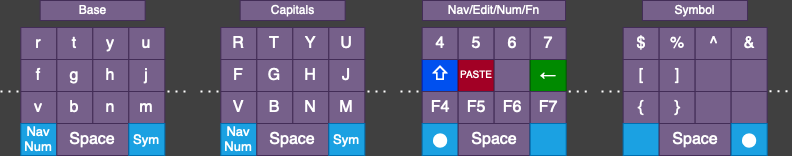
Before: image/layers_snip.drawio.png, a diagram exported from draw.io (40-percent/40percent-wiki). Source tidied: cells renumbered, new cells last; positions are measured from the earlier drawing's top-left corner, leaving out a move shared by most shapes. Source of this version:
```xml
<mxGraphModel background="#404040">
  <root>
    <mxCell id="0" />
    <mxCell id="1" parent="0" />
    <mxCell id="2" style="group;" parent="1" vertex="1">
      <mxGeometry width="187.3" height="155" as="geometry" />
    </mxCell>
    <mxCell id="3" value="f" style="rounded=0;whiteSpace=wrap;html=1;fontSize=16;labelBackgroundColor=none;fillColor=#76608a;fontColor=#ffffff;strokeColor=#432D57;" parent="2" vertex="1">
      <mxGeometry x="20.3" y="59" width="36" height="32" as="geometry" />
    </mxCell>
    <mxCell id="4" value="g" style="rounded=0;whiteSpace=wrap;html=1;fontSize=16;labelBackgroundColor=none;fillColor=#76608a;fontColor=#ffffff;strokeColor=#432D57;" parent="2" vertex="1">
      <mxGeometry x="56.3" y="59" width="36" height="32" as="geometry" />
    </mxCell>
    <mxCell id="5" value="h" style="rounded=0;whiteSpace=wrap;html=1;fontSize=16;labelBackgroundColor=none;fillColor=#76608a;fontColor=#ffffff;strokeColor=#432D57;" parent="2" vertex="1">
      <mxGeometry x="92.3" y="59" width="36" height="32" as="geometry" />
    </mxCell>
    <mxCell id="6" value="j" style="rounded=0;whiteSpace=wrap;html=1;fontSize=16;labelBackgroundColor=none;fillColor=#76608a;fontColor=#ffffff;strokeColor=#432D57;" parent="2" vertex="1">
      <mxGeometry x="128.3" y="59" width="36" height="32" as="geometry" />
    </mxCell>
    <mxCell id="7" value="v" style="rounded=0;whiteSpace=wrap;html=1;fontSize=16;labelBackgroundColor=none;fillColor=#76608a;fontColor=#ffffff;strokeColor=#432D57;" parent="2" vertex="1">
      <mxGeometry x="20.3" y="91" width="36" height="32" as="geometry" />
    </mxCell>
    <mxCell id="8" value="b" style="rounded=0;whiteSpace=wrap;html=1;fontSize=16;labelBackgroundColor=none;fillColor=#76608a;fontColor=#ffffff;strokeColor=#432D57;" parent="2" vertex="1">
      <mxGeometry x="56.3" y="91" width="36" height="32" as="geometry" />
    </mxCell>
    <mxCell id="9" value="n" style="rounded=0;whiteSpace=wrap;html=1;fontSize=16;labelBackgroundColor=none;fillColor=#76608a;fontColor=#ffffff;strokeColor=#432D57;" parent="2" vertex="1">
      <mxGeometry x="92.3" y="91" width="36" height="32" as="geometry" />
    </mxCell>
    <mxCell id="10" value="m" style="rounded=0;whiteSpace=wrap;html=1;fontSize=16;labelBackgroundColor=none;fillColor=#76608a;fontColor=#ffffff;strokeColor=#432D57;" parent="2" vertex="1">
      <mxGeometry x="128.3" y="91" width="36" height="32" as="geometry" />
    </mxCell>
    <mxCell id="11" value="&lt;div&gt;Nav&lt;/div&gt;&lt;div&gt;Num&lt;br&gt;&lt;/div&gt;" style="rounded=0;whiteSpace=wrap;html=1;fontSize=13;labelBackgroundColor=none;fillColor=#1ba1e2;fontColor=#ffffff;strokeColor=#006EAF;" parent="2" vertex="1">
      <mxGeometry x="20.3" y="123" width="36" height="32" as="geometry" />
    </mxCell>
    <mxCell id="12" value="Space" style="rounded=0;whiteSpace=wrap;html=1;fontSize=16;labelBackgroundColor=none;fillColor=#76608a;fontColor=#ffffff;strokeColor=#432D57;" parent="2" vertex="1">
      <mxGeometry x="56.3" y="123" width="71.7" height="32" as="geometry" />
    </mxCell>
    <mxCell id="13" value="Sym" style="rounded=0;whiteSpace=wrap;html=1;fontSize=13;labelBackgroundColor=none;fillColor=#1ba1e2;fontColor=#ffffff;strokeColor=#006EAF;" parent="2" vertex="1">
      <mxGeometry x="128.3" y="123" width="36" height="32" as="geometry" />
    </mxCell>
    <mxCell id="14" value="r" style="rounded=0;whiteSpace=wrap;html=1;fontSize=16;labelBackgroundColor=none;fillColor=#76608a;fontColor=#ffffff;strokeColor=#432D57;" parent="2" vertex="1">
      <mxGeometry x="20.3" y="27" width="36" height="32" as="geometry" />
    </mxCell>
    <mxCell id="15" value="t" style="rounded=0;whiteSpace=wrap;html=1;fontSize=16;labelBackgroundColor=none;fillColor=#76608a;fontColor=#ffffff;strokeColor=#432D57;" parent="2" vertex="1">
      <mxGeometry x="56.3" y="27" width="36" height="32" as="geometry" />
    </mxCell>
    <mxCell id="16" value="y" style="rounded=0;whiteSpace=wrap;html=1;fontSize=16;labelBackgroundColor=none;fillColor=#76608a;fontColor=#ffffff;strokeColor=#432D57;" parent="2" vertex="1">
      <mxGeometry x="92.3" y="27" width="36" height="32" as="geometry" />
    </mxCell>
    <mxCell id="17" value="u" style="rounded=0;whiteSpace=wrap;html=1;fontSize=16;labelBackgroundColor=none;fillColor=#76608a;fontColor=#ffffff;strokeColor=#432D57;" parent="2" vertex="1">
      <mxGeometry x="128.3" y="27" width="36" height="32" as="geometry" />
    </mxCell>
    <mxCell id="18" style="endArrow=none;dashed=1;html=1;dashPattern=1 3;strokeWidth=2;rounded=0;labelBackgroundColor=none;fontColor=default;strokeColor=#FFFFFF;" parent="2" edge="1">
      <mxGeometry relative="1" as="geometry">
        <mxPoint y="91" as="sourcePoint" />
        <mxPoint x="20.3" y="91" as="targetPoint" />
      </mxGeometry>
    </mxCell>
    <mxCell id="19" style="endArrow=none;dashed=1;html=1;dashPattern=1 3;strokeWidth=2;rounded=0;labelBackgroundColor=none;fontColor=default;strokeColor=#FFFFFF;" parent="2" edge="1">
      <mxGeometry relative="1" as="geometry">
        <mxPoint x="167" y="91" as="sourcePoint" />
        <mxPoint x="187.3" y="91" as="targetPoint" />
      </mxGeometry>
    </mxCell>
    <mxCell id="20" value="Base" style="rounded=0;whiteSpace=wrap;html=1;fontSize=12;labelBackgroundColor=none;fillColor=#76608a;fontColor=#ffffff;strokeColor=#432D57;" parent="2" vertex="1">
      <mxGeometry x="39.7" width="105" height="20" as="geometry" />
    </mxCell>
    <mxCell id="21" style="group;" parent="1" vertex="1">
      <mxGeometry x="200" width="187.3" height="155" as="geometry" />
    </mxCell>
    <mxCell id="22" value="F" style="rounded=0;whiteSpace=wrap;html=1;fontSize=16;labelBackgroundColor=none;fillColor=#76608a;fontColor=#ffffff;strokeColor=#432D57;" parent="21" vertex="1">
      <mxGeometry x="20.3" y="59" width="36" height="32" as="geometry" />
    </mxCell>
    <mxCell id="23" value="G" style="rounded=0;whiteSpace=wrap;html=1;fontSize=16;labelBackgroundColor=none;fillColor=#76608a;fontColor=#ffffff;strokeColor=#432D57;" parent="21" vertex="1">
      <mxGeometry x="56.3" y="59" width="36" height="32" as="geometry" />
    </mxCell>
    <mxCell id="24" value="H" style="rounded=0;whiteSpace=wrap;html=1;fontSize=16;labelBackgroundColor=none;fillColor=#76608a;fontColor=#ffffff;strokeColor=#432D57;" parent="21" vertex="1">
      <mxGeometry x="92.3" y="59" width="36" height="32" as="geometry" />
    </mxCell>
    <mxCell id="25" value="J" style="rounded=0;whiteSpace=wrap;html=1;fontSize=16;labelBackgroundColor=none;fillColor=#76608a;fontColor=#ffffff;strokeColor=#432D57;" parent="21" vertex="1">
      <mxGeometry x="128.3" y="59" width="36" height="32" as="geometry" />
    </mxCell>
    <mxCell id="26" value="V" style="rounded=0;whiteSpace=wrap;html=1;fontSize=16;labelBackgroundColor=none;fillColor=#76608a;fontColor=#ffffff;strokeColor=#432D57;" parent="21" vertex="1">
      <mxGeometry x="20.3" y="91" width="36" height="32" as="geometry" />
    </mxCell>
    <mxCell id="27" value="B" style="rounded=0;whiteSpace=wrap;html=1;fontSize=16;labelBackgroundColor=none;fillColor=#76608a;fontColor=#ffffff;strokeColor=#432D57;" parent="21" vertex="1">
      <mxGeometry x="56.3" y="91" width="36" height="32" as="geometry" />
    </mxCell>
    <mxCell id="28" value="N" style="rounded=0;whiteSpace=wrap;html=1;fontSize=16;labelBackgroundColor=none;fillColor=#76608a;fontColor=#ffffff;strokeColor=#432D57;" parent="21" vertex="1">
      <mxGeometry x="92.3" y="91" width="36" height="32" as="geometry" />
    </mxCell>
    <mxCell id="29" value="M" style="rounded=0;whiteSpace=wrap;html=1;fontSize=16;labelBackgroundColor=none;fillColor=#76608a;fontColor=#ffffff;strokeColor=#432D57;" parent="21" vertex="1">
      <mxGeometry x="128.3" y="91" width="36" height="32" as="geometry" />
    </mxCell>
    <mxCell id="30" value="&lt;div&gt;Nav&lt;/div&gt;&lt;div&gt;Num&lt;br&gt;&lt;/div&gt;" style="rounded=0;whiteSpace=wrap;html=1;fontSize=13;labelBackgroundColor=none;fillColor=#1ba1e2;fontColor=#ffffff;strokeColor=#006EAF;" parent="21" vertex="1">
      <mxGeometry x="20.3" y="123" width="36" height="32" as="geometry" />
    </mxCell>
    <mxCell id="31" value="Space" style="rounded=0;whiteSpace=wrap;html=1;fontSize=16;labelBackgroundColor=none;fillColor=#76608a;fontColor=#ffffff;strokeColor=#432D57;" parent="21" vertex="1">
      <mxGeometry x="56.3" y="123" width="71.7" height="32" as="geometry" />
    </mxCell>
    <mxCell id="32" value="Sym" style="rounded=0;whiteSpace=wrap;html=1;fontSize=13;labelBackgroundColor=none;fillColor=#1ba1e2;strokeColor=#006EAF;fontColor=#ffffff;" parent="21" vertex="1">
      <mxGeometry x="128.3" y="123" width="36" height="32" as="geometry" />
    </mxCell>
    <mxCell id="33" value="R" style="rounded=0;whiteSpace=wrap;html=1;fontSize=16;labelBackgroundColor=none;fillColor=#76608a;fontColor=#ffffff;strokeColor=#432D57;" parent="21" vertex="1">
      <mxGeometry x="20.3" y="27" width="36" height="32" as="geometry" />
    </mxCell>
    <mxCell id="34" value="T" style="rounded=0;whiteSpace=wrap;html=1;fontSize=16;labelBackgroundColor=none;fillColor=#76608a;fontColor=#ffffff;strokeColor=#432D57;" parent="21" vertex="1">
      <mxGeometry x="56.3" y="27" width="36" height="32" as="geometry" />
    </mxCell>
    <mxCell id="35" value="Y" style="rounded=0;whiteSpace=wrap;html=1;fontSize=16;labelBackgroundColor=none;fillColor=#76608a;fontColor=#ffffff;strokeColor=#432D57;" parent="21" vertex="1">
      <mxGeometry x="92.3" y="27" width="36" height="32" as="geometry" />
    </mxCell>
    <mxCell id="36" value="U" style="rounded=0;whiteSpace=wrap;html=1;fontSize=16;labelBackgroundColor=none;fillColor=#76608a;fontColor=#ffffff;strokeColor=#432D57;" parent="21" vertex="1">
      <mxGeometry x="128.3" y="27" width="36" height="32" as="geometry" />
    </mxCell>
    <mxCell id="37" style="endArrow=none;dashed=1;html=1;dashPattern=1 3;strokeWidth=2;rounded=0;labelBackgroundColor=none;fontColor=default;fillColor=#76608a;strokeColor=#FFFFFF;" parent="21" edge="1">
      <mxGeometry relative="1" as="geometry">
        <mxPoint y="91" as="sourcePoint" />
        <mxPoint x="20.3" y="91" as="targetPoint" />
      </mxGeometry>
    </mxCell>
    <mxCell id="38" style="endArrow=none;dashed=1;html=1;dashPattern=1 3;strokeWidth=2;rounded=0;labelBackgroundColor=none;fontColor=default;fillColor=#76608a;strokeColor=#FFFFFF;" parent="21" edge="1">
      <mxGeometry relative="1" as="geometry">
        <mxPoint x="167" y="91" as="sourcePoint" />
        <mxPoint x="187.3" y="91" as="targetPoint" />
      </mxGeometry>
    </mxCell>
    <mxCell id="39" value="Capitals" style="rounded=0;whiteSpace=wrap;html=1;fontSize=12;labelBackgroundColor=none;fillColor=#76608a;fontColor=#ffffff;strokeColor=#432D57;" parent="21" vertex="1">
      <mxGeometry x="39.7" width="105" height="20" as="geometry" />
    </mxCell>
    <mxCell id="40" style="group;" parent="1" vertex="1">
      <mxGeometry x="400" width="188.7" height="155" as="geometry" />
    </mxCell>
    <mxCell id="41" value="&lt;font style=&quot;font-size: 18px;&quot;&gt;⇧&lt;/font&gt;" style="rounded=0;whiteSpace=wrap;html=1;fontSize=16;labelBackgroundColor=none;fillColor=#0050ef;strokeColor=#001DBC;fontColor=#ffffff;" parent="40" vertex="1">
      <mxGeometry x="21.7" y="59" width="36" height="32" as="geometry" />
    </mxCell>
    <mxCell id="42" value="PASTE" style="rounded=0;whiteSpace=wrap;html=1;fontSize=10;labelBackgroundColor=none;fillColor=#a20025;strokeColor=#6F0000;gradientDirection=south;glass=0;shadow=0;fontColor=#ffffff;" parent="40" vertex="1">
      <mxGeometry x="57.7" y="59" width="36" height="32" as="geometry" />
    </mxCell>
    <mxCell id="43" style="rounded=0;whiteSpace=wrap;html=1;fontSize=16;labelBackgroundColor=none;fillColor=#76608a;fontColor=#ffffff;strokeColor=#432D57;" parent="40" vertex="1">
      <mxGeometry x="93.7" y="59" width="36" height="32" as="geometry" />
    </mxCell>
    <mxCell id="44" value="←" style="rounded=0;whiteSpace=wrap;html=1;fontSize=16;labelBackgroundColor=none;fillColor=#008a00;strokeColor=#005700;fontColor=#ffffff;" parent="40" vertex="1">
      <mxGeometry x="129.7" y="59" width="36" height="32" as="geometry" />
    </mxCell>
    <mxCell id="45" value="F4" style="rounded=0;whiteSpace=wrap;html=1;fontSize=16;labelBackgroundColor=none;fillColor=#76608a;fontColor=#ffffff;strokeColor=#432D57;" parent="40" vertex="1">
      <mxGeometry x="21.7" y="91" width="36" height="32" as="geometry" />
    </mxCell>
    <mxCell id="46" value="F5" style="rounded=0;whiteSpace=wrap;html=1;fontSize=16;labelBackgroundColor=none;fillColor=#76608a;fontColor=#ffffff;strokeColor=#432D57;" parent="40" vertex="1">
      <mxGeometry x="57.7" y="91" width="36" height="32" as="geometry" />
    </mxCell>
    <mxCell id="47" value="F6" style="rounded=0;whiteSpace=wrap;html=1;fontSize=16;labelBackgroundColor=none;fillColor=#76608a;fontColor=#ffffff;strokeColor=#432D57;" parent="40" vertex="1">
      <mxGeometry x="93.7" y="91" width="36" height="32" as="geometry" />
    </mxCell>
    <mxCell id="48" value="F7" style="rounded=0;whiteSpace=wrap;html=1;fontSize=16;labelBackgroundColor=none;fillColor=#76608a;strokeColor=#432D57;fontColor=#ffffff;" parent="40" vertex="1">
      <mxGeometry x="129.7" y="91" width="36" height="32" as="geometry" />
    </mxCell>
    <mxCell id="49" value="⬤" style="rounded=0;whiteSpace=wrap;html=1;fontSize=13;labelBackgroundColor=none;fillColor=#1ba1e2;strokeColor=#006EAF;fontColor=#ffffff;" parent="40" vertex="1">
      <mxGeometry x="21.7" y="123" width="36" height="32" as="geometry" />
    </mxCell>
    <mxCell id="50" value="Space" style="rounded=0;whiteSpace=wrap;html=1;fontSize=16;labelBackgroundColor=none;fillColor=#76608a;fontColor=#ffffff;strokeColor=#432D57;" parent="40" vertex="1">
      <mxGeometry x="57.6" y="123" width="71.7" height="32" as="geometry" />
    </mxCell>
    <mxCell id="51" style="rounded=0;whiteSpace=wrap;html=1;fontSize=13;labelBackgroundColor=none;fillColor=#1ba1e2;strokeColor=#006EAF;fontColor=#ffffff;" parent="40" vertex="1">
      <mxGeometry x="129.7" y="123" width="36" height="32" as="geometry" />
    </mxCell>
    <mxCell id="52" value="4" style="rounded=0;whiteSpace=wrap;html=1;fontSize=16;labelBackgroundColor=none;fillColor=#76608a;fontColor=#ffffff;strokeColor=#432D57;" parent="40" vertex="1">
      <mxGeometry x="21.7" y="27" width="36" height="32" as="geometry" />
    </mxCell>
    <mxCell id="53" value="5" style="rounded=0;whiteSpace=wrap;html=1;fontSize=16;labelBackgroundColor=none;fillColor=#76608a;fontColor=#ffffff;strokeColor=#432D57;" parent="40" vertex="1">
      <mxGeometry x="57.7" y="27" width="36" height="32" as="geometry" />
    </mxCell>
    <mxCell id="54" value="6" style="rounded=0;whiteSpace=wrap;html=1;fontSize=16;labelBackgroundColor=none;fillColor=#76608a;strokeColor=#432D57;fontColor=#ffffff;" parent="40" vertex="1">
      <mxGeometry x="93.7" y="27" width="36.4" height="32" as="geometry" />
    </mxCell>
    <mxCell id="55" value="7" style="rounded=0;whiteSpace=wrap;html=1;fontSize=16;labelBackgroundColor=none;fillColor=#76608a;strokeColor=#432D57;fontColor=#ffffff;" parent="40" vertex="1">
      <mxGeometry x="129.7" y="27" width="36" height="32" as="geometry" />
    </mxCell>
    <mxCell id="56" style="endArrow=none;dashed=1;html=1;dashPattern=1 3;strokeWidth=2;rounded=0;labelBackgroundColor=none;fontColor=default;fillColor=#76608a;strokeColor=#FFFFFF;" parent="40" edge="1">
      <mxGeometry relative="1" as="geometry">
        <mxPoint y="91" as="sourcePoint" />
        <mxPoint x="20.3" y="91" as="targetPoint" />
      </mxGeometry>
    </mxCell>
    <mxCell id="57" style="endArrow=none;dashed=1;html=1;dashPattern=1 3;strokeWidth=2;rounded=0;labelBackgroundColor=none;fontColor=default;fillColor=#76608a;strokeColor=#FFFFFF;" parent="40" edge="1">
      <mxGeometry relative="1" as="geometry">
        <mxPoint x="168.3" y="91" as="sourcePoint" />
        <mxPoint x="188.7" y="91" as="targetPoint" />
      </mxGeometry>
    </mxCell>
    <mxCell id="58" value="&lt;div&gt;Nav/Edit/Num/Fn&lt;/div&gt;" style="rounded=0;whiteSpace=wrap;html=1;fontSize=12;labelBackgroundColor=none;fillColor=#76608a;fontColor=#ffffff;strokeColor=#432D57;" parent="40" vertex="1">
      <mxGeometry x="22" width="143" height="20" as="geometry" />
    </mxCell>
    <mxCell id="59" style="group;" parent="1" vertex="1">
      <mxGeometry x="601" width="188.3" height="155" as="geometry" />
    </mxCell>
    <mxCell id="60" style="endArrow=none;dashed=1;html=1;dashPattern=1 3;strokeWidth=2;rounded=0;labelBackgroundColor=none;fontColor=default;strokeColor=#FFFFFF;" parent="59" edge="1">
      <mxGeometry relative="1" as="geometry">
        <mxPoint x="168" y="90.7" as="sourcePoint" />
        <mxPoint x="188.3" y="90.7" as="targetPoint" />
      </mxGeometry>
    </mxCell>
    <mxCell id="61" value="[" style="rounded=0;whiteSpace=wrap;html=1;fontSize=16;labelBackgroundColor=none;fillColor=#76608a;fontColor=#ffffff;strokeColor=#432D57;" parent="59" vertex="1">
      <mxGeometry x="21.7" y="59" width="36" height="32" as="geometry" />
    </mxCell>
    <mxCell id="62" value="]" style="rounded=0;whiteSpace=wrap;html=1;fontSize=16;labelBackgroundColor=none;fillColor=#76608a;fontColor=#ffffff;strokeColor=#432D57;" parent="59" vertex="1">
      <mxGeometry x="57.7" y="59" width="36" height="32" as="geometry" />
    </mxCell>
    <mxCell id="63" style="rounded=0;whiteSpace=wrap;html=1;fontSize=16;labelBackgroundColor=none;fillColor=#76608a;fontColor=#ffffff;strokeColor=#432D57;" parent="59" vertex="1">
      <mxGeometry x="93.7" y="59" width="36" height="32" as="geometry" />
    </mxCell>
    <mxCell id="64" style="rounded=0;whiteSpace=wrap;html=1;fontSize=16;labelBackgroundColor=none;fillColor=#76608a;fontColor=#ffffff;strokeColor=#432D57;" parent="59" vertex="1">
      <mxGeometry x="129.7" y="59" width="36" height="32" as="geometry" />
    </mxCell>
    <mxCell id="65" value="{" style="rounded=0;whiteSpace=wrap;html=1;fontSize=16;labelBackgroundColor=none;fillColor=#76608a;fontColor=#ffffff;strokeColor=#432D57;" parent="59" vertex="1">
      <mxGeometry x="21.7" y="91" width="36" height="32" as="geometry" />
    </mxCell>
    <mxCell id="66" value="}" style="rounded=0;whiteSpace=wrap;html=1;fontSize=16;labelBackgroundColor=none;fillColor=#76608a;fontColor=#ffffff;strokeColor=#432D57;" parent="59" vertex="1">
      <mxGeometry x="57.7" y="91" width="36" height="32" as="geometry" />
    </mxCell>
    <mxCell id="67" style="rounded=0;whiteSpace=wrap;html=1;fontSize=16;labelBackgroundColor=none;fillColor=#76608a;fontColor=#ffffff;strokeColor=#432D57;" parent="59" vertex="1">
      <mxGeometry x="93.7" y="91" width="36" height="32" as="geometry" />
    </mxCell>
    <mxCell id="68" style="rounded=0;whiteSpace=wrap;html=1;fontSize=16;labelBackgroundColor=none;fillColor=#76608a;fontColor=#ffffff;strokeColor=#432D57;" parent="59" vertex="1">
      <mxGeometry x="129.7" y="91" width="36" height="32" as="geometry" />
    </mxCell>
    <mxCell id="69" style="rounded=0;whiteSpace=wrap;html=1;fontSize=13;labelBackgroundColor=none;fillColor=#1ba1e2;strokeColor=#006EAF;fontColor=#ffffff;" parent="59" vertex="1">
      <mxGeometry x="21.7" y="123" width="36" height="32" as="geometry" />
    </mxCell>
    <mxCell id="70" value="Space" style="rounded=0;whiteSpace=wrap;html=1;fontSize=16;labelBackgroundColor=none;fillColor=#76608a;fontColor=#ffffff;strokeColor=#432D57;" parent="59" vertex="1">
      <mxGeometry x="57.6" y="123" width="71.7" height="32" as="geometry" />
    </mxCell>
    <mxCell id="71" value="⬤" style="rounded=0;whiteSpace=wrap;html=1;fontSize=13;labelBackgroundColor=none;fillColor=#1ba1e2;fontColor=#ffffff;strokeColor=#006EAF;" parent="59" vertex="1">
      <mxGeometry x="129.7" y="123" width="36" height="32" as="geometry" />
    </mxCell>
    <mxCell id="72" value="$" style="rounded=0;whiteSpace=wrap;html=1;fontSize=16;labelBackgroundColor=none;fillColor=#76608a;fontColor=#ffffff;strokeColor=#432D57;" parent="59" vertex="1">
      <mxGeometry x="21.7" y="27" width="36" height="32" as="geometry" />
    </mxCell>
    <mxCell id="73" value="%" style="rounded=0;whiteSpace=wrap;html=1;fontSize=16;labelBackgroundColor=none;fillColor=#76608a;fontColor=#ffffff;strokeColor=#432D57;" parent="59" vertex="1">
      <mxGeometry x="57.7" y="27" width="36" height="32" as="geometry" />
    </mxCell>
    <mxCell id="74" value="^" style="rounded=0;whiteSpace=wrap;html=1;fontSize=16;labelBackgroundColor=none;fillColor=#76608a;fontColor=#ffffff;strokeColor=#432D57;" parent="59" vertex="1">
      <mxGeometry x="93.7" y="27" width="36.4" height="32" as="geometry" />
    </mxCell>
    <mxCell id="75" value="&amp;amp;" style="rounded=0;whiteSpace=wrap;html=1;fontSize=16;labelBackgroundColor=none;fillColor=#76608a;fontColor=#ffffff;strokeColor=#432D57;" parent="59" vertex="1">
      <mxGeometry x="129.7" y="27" width="36" height="32" as="geometry" />
    </mxCell>
    <mxCell id="76" style="endArrow=none;dashed=1;html=1;dashPattern=1 3;strokeWidth=2;rounded=0;labelBackgroundColor=none;fontColor=default;fillColor=#76608a;strokeColor=#FFFFFF;" parent="59" edge="1">
      <mxGeometry relative="1" as="geometry">
        <mxPoint y="91" as="sourcePoint" />
        <mxPoint x="20.3" y="91" as="targetPoint" />
      </mxGeometry>
    </mxCell>
    <mxCell id="77" value="Symbol" style="rounded=0;whiteSpace=wrap;html=1;fontSize=12;labelBackgroundColor=none;fillColor=#76608a;fontColor=#ffffff;strokeColor=#432D57;" parent="59" vertex="1">
      <mxGeometry x="41" width="105" height="20" as="geometry" />
    </mxCell>
  </root>
</mxGraphModel>
```
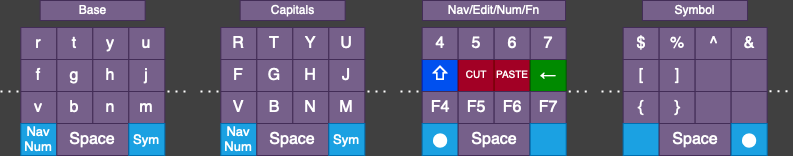
After the commit.

Commit message:
Why: images: center mods not duplicated

- Esc to stronger finger
- No mod duplication in center
- List OSM on layered home-row mods
- Show other keys on pressed thumb arc as inaccessible
- Example layers: show two edit keys

The edit, as a diff of the source:
```diff
@@ -134,10 +134,10 @@
     <mxCell id="41" value="&lt;font style=&quot;font-size: 18px;&quot;&gt;⇧&lt;/font&gt;" style="rounded=0;whiteSpace=wrap;html=1;fontSize=16;labelBackgroundColor=none;fillColor=#0050ef;strokeColor=#001DBC;fontColor=#ffffff;" parent="40" vertex="1">
       <mxGeometry x="21.7" y="59" width="36" height="32" as="geometry" />
     </mxCell>
-    <mxCell id="42" value="PASTE" style="rounded=0;whiteSpace=wrap;html=1;fontSize=10;labelBackgroundColor=none;fillColor=#a20025;strokeColor=#6F0000;gradientDirection=south;glass=0;shadow=0;fontColor=#ffffff;" parent="40" vertex="1">
+    <mxCell id="42" value="CUT" style="rounded=0;whiteSpace=wrap;html=1;fontSize=10;labelBackgroundColor=none;fillColor=#a20025;strokeColor=#6F0000;gradientDirection=south;glass=0;shadow=0;fontColor=#ffffff;" parent="40" vertex="1">
       <mxGeometry x="57.7" y="59" width="36" height="32" as="geometry" />
     </mxCell>
-    <mxCell id="43" style="rounded=0;whiteSpace=wrap;html=1;fontSize=16;labelBackgroundColor=none;fillColor=#76608a;fontColor=#ffffff;strokeColor=#432D57;" parent="40" vertex="1">
+    <mxCell id="43" value="PASTE" style="rounded=0;whiteSpace=wrap;html=1;fontSize=10;labelBackgroundColor=none;fillColor=#a20025;fontColor=#ffffff;strokeColor=#6F0000;" parent="40" vertex="1">
       <mxGeometry x="93.7" y="59" width="36" height="32" as="geometry" />
     </mxCell>
     <mxCell id="44" value="←" style="rounded=0;whiteSpace=wrap;html=1;fontSize=16;labelBackgroundColor=none;fillColor=#008a00;strokeColor=#005700;fontColor=#ffffff;" parent="40" vertex="1">
```
